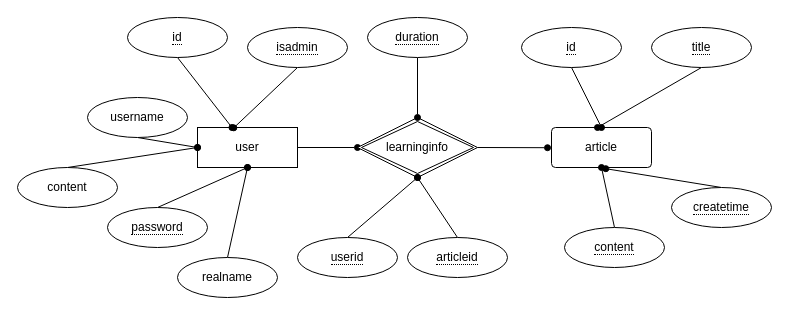
Above: Untitled Diagram.drawio in suckitfa/- (draw.io), before the change. Source tidied: cells renumbered, new cells numbered last; positions are measured from the earlier drawing's top-left corner, leaving out a move shared by most shapes. Both pictures are drawn from the tidied source at 100%, with x=0, y=0 at pixel (17, 17).
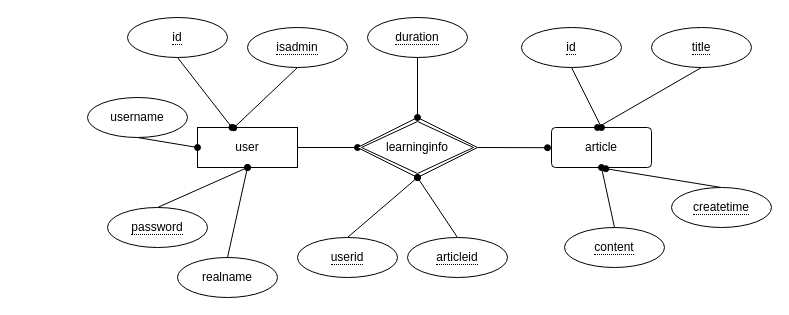
The same page after the edit.

The change refers to these unchanged cells:
```xml
<mxCell id="3" value="user" style="whiteSpace=wrap;html=1;align=center;" parent="1" vertex="1">
  <mxGeometry x="180" y="110" width="100" height="40" as="geometry" />
</mxCell>
```

The edit, as a diff of the source:
```diff
@@
-    <mxCell id="31" style="edgeStyle=none;rounded=0;jettySize=auto;html=1;exitX=0.5;exitY=0;exitDx=0;exitDy=0;entryX=0;entryY=0.5;entryDx=0;entryDy=0;endArrow=oval;endFill=1;" parent="1" edge="1" source="32" target="3">
-      <mxGeometry relative="1" as="geometry" />
-    </mxCell>
-    <mxCell id="32" value="content" style="ellipse;whiteSpace=wrap;html=1;align=center;" parent="1" vertex="1">
-      <mxGeometry y="150" width="100" height="40" as="geometry" />
-    </mxCell>
```
